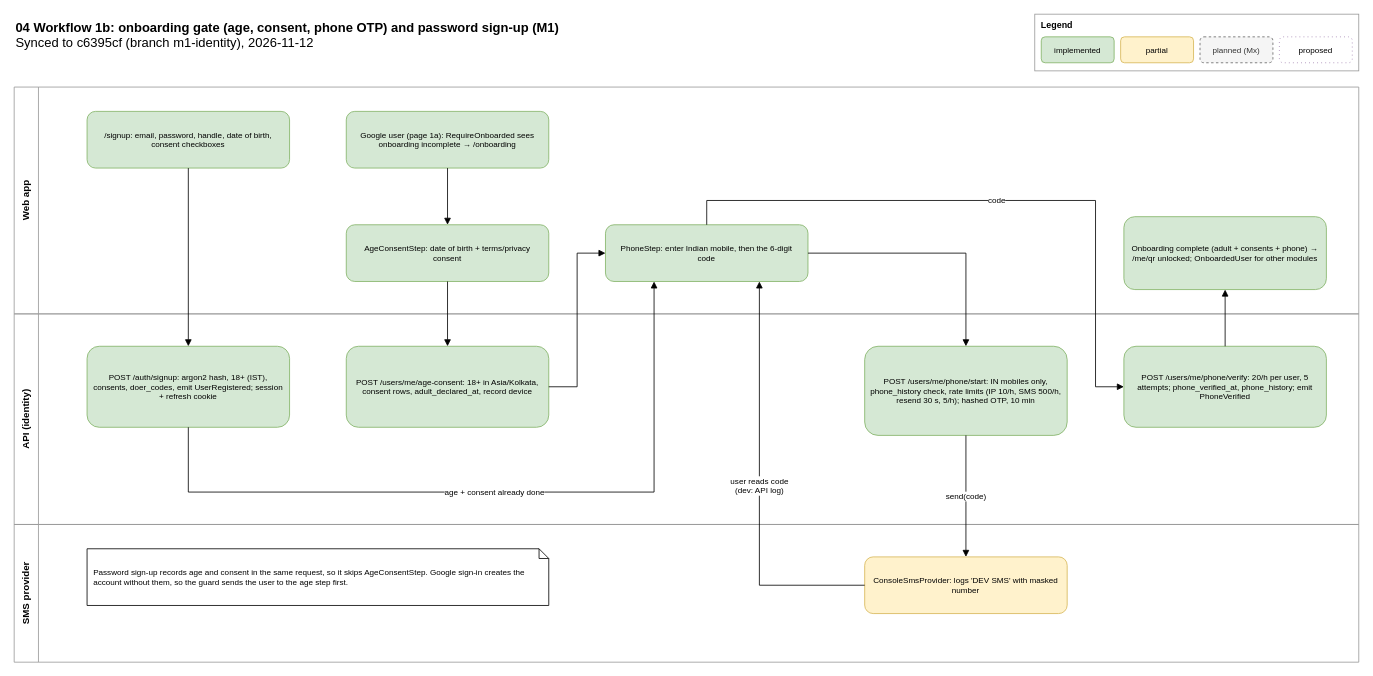
Before: page "1b Onboarding gate + password sign-up" (2 of 7) of docs/architecture/04-workflows.drawio in Ismail94M/Good-Deeds, a draw.io diagram. Source tidied: cells renumbered, new cells numbered last; positions are measured from the earlier drawing's top-left corner, leaving out a move shared by most shapes. Both pictures are drawn from the tidied source at 81%, with x=0, y=0 at pixel (14, 14).
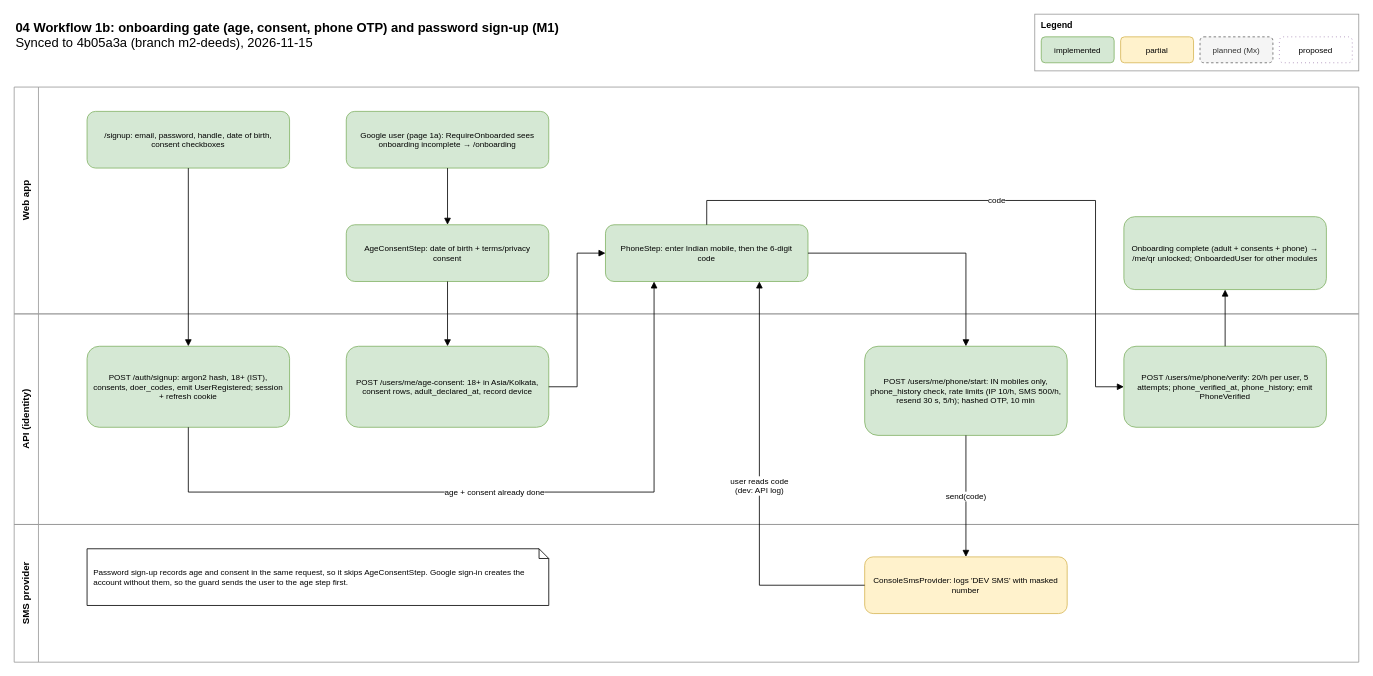
Above is the later version.

The edit, as a diff of the source:
```diff
@@
-    <mxCell id="2" value="&lt;b&gt;04 Workflow 1b: onboarding gate (age, consent, phone OTP) and password sign-up (M1)&lt;/b&gt;&lt;br&gt;Synced to c6395cf (branch m1-identity), 2026-11-12" style="text;html=1;align=left;verticalAlign=top;fontSize=16;strokeColor=none;fillColor=none;" parent="1" vertex="1">
+    <mxCell id="2" value="&lt;b&gt;04 Workflow 1b: onboarding gate (age, consent, phone OTP) and password sign-up (M1)&lt;/b&gt;&lt;br&gt;Synced to 4b05a3a (branch m2-deeds), 2026-11-15" style="text;html=1;align=left;verticalAlign=top;fontSize=16;strokeColor=none;fillColor=none;" parent="1" vertex="1">
       <mxGeometry width="900" height="50" as="geometry" />
     </mxCell>
```
